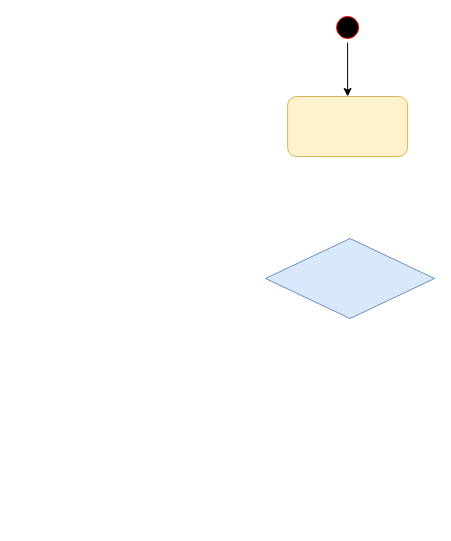
The draw.io diagram page "پیشنهاد برای مجله" (4 of 19) of ActivityDiagram.drawio in Matinrezaei/Software-Lab, before the edit. Source tidied: cells renumbered, new cells numbered last; positions are measured from the earlier drawing's top-left corner, leaving out a move shared by most shapes. Both pictures are drawn from the tidied source at 100%, with x=0, y=0 at pixel (265, 12).
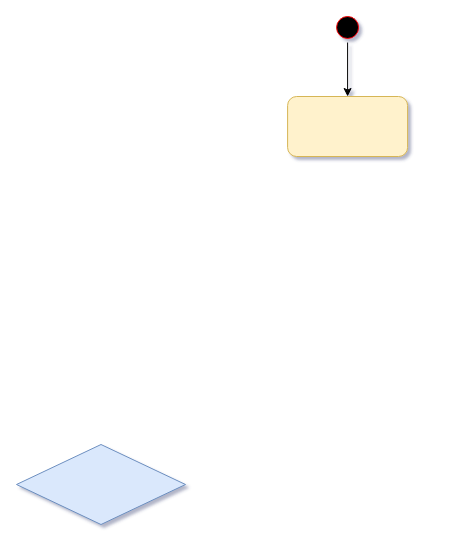
The same page after the edit.

What changed in the source:
```diff
@@
-<mxGraphModel>
+<mxGraphModel shadow="1">
   <root>
     <mxCell id="0" />
     <mxCell id="1" parent="0" />
     <mxCell id="2" style="edgeStyle=orthogonalEdgeStyle;rounded=0;jettySize=auto;html=1;entryX=0.5;entryY=0;entryDx=0;entryDy=0;" parent="1" edge="1" source="3" target="4">
       <mxGeometry relative="1" as="geometry" />
     </mxCell>
     <mxCell id="3" style="ellipse;html=1;shape=startState;fillColor=#000000;strokeColor=#ff0000;" parent="1" vertex="1">
       <mxGeometry x="67.1" width="30" height="30" as="geometry" />
     </mxCell>
     <mxCell id="4" style="rounded=1;whiteSpace=wrap;html=1;fillColor=#fff2cc;strokeColor=#d6b656;" parent="1" vertex="1">
       <mxGeometry x="22.1" y="84" width="120" height="60" as="geometry" />
     </mxCell>
     <mxCell id="5" style="rhombus;whiteSpace=wrap;html=1;fillColor=#dae8fc;strokeColor=#6c8ebf;" parent="1" vertex="1">
-      <mxGeometry y="226" width="169" height="80" as="geometry" />
+      <mxGeometry x="-249" y="432" width="169" height="80" as="geometry" />
     </mxCell>
   </root>
 </mxGraphModel>
```
